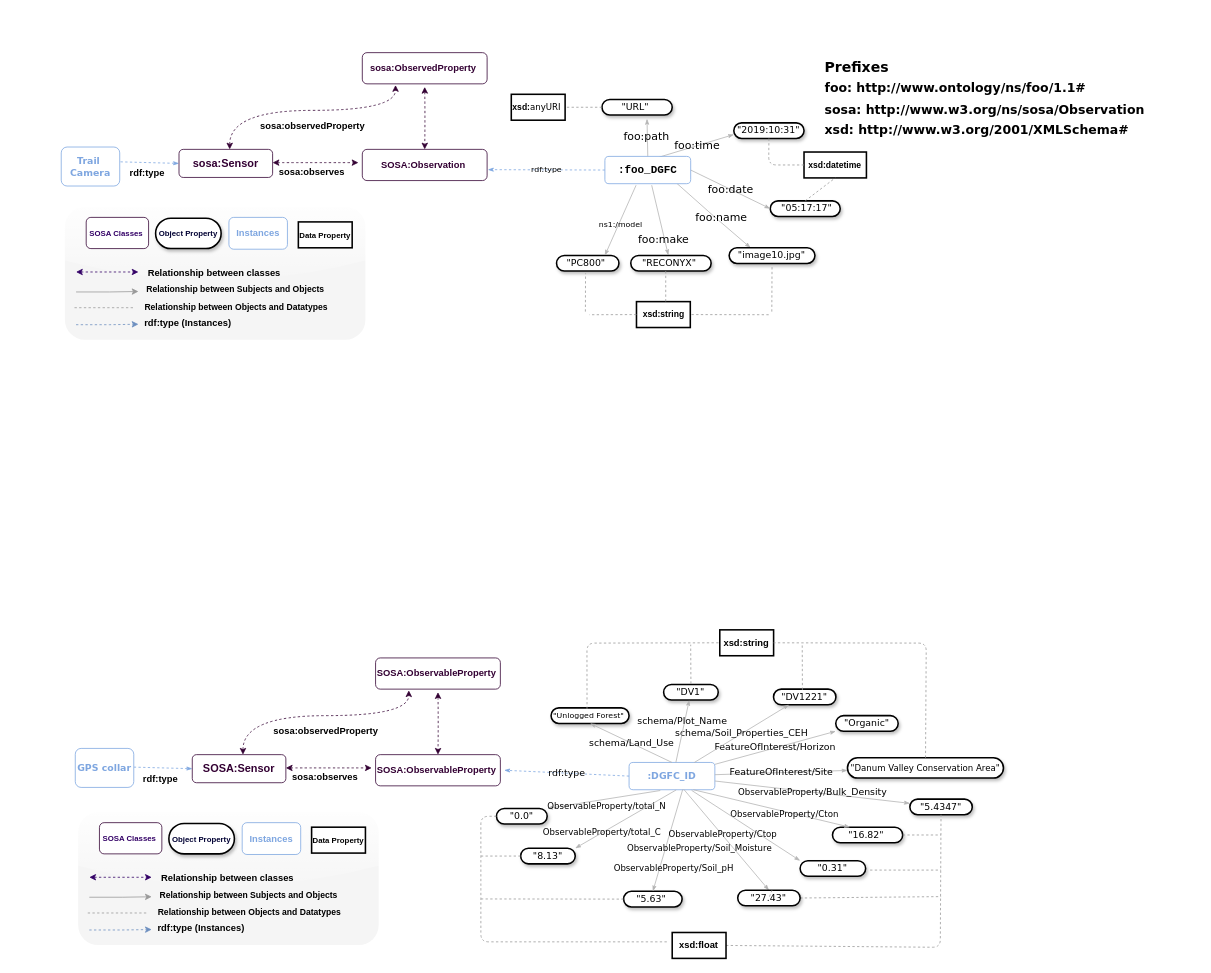
Earlier version of the draw.io diagram image.drawio (Naeima/image). Source tidied: cells renumbered, new cells numbered last; positions are measured from the earlier drawing's top-left corner, leaving out a move shared by most shapes. Both pictures are drawn from the tidied source at 78%, with x=0, y=0 at pixel (61, 52).
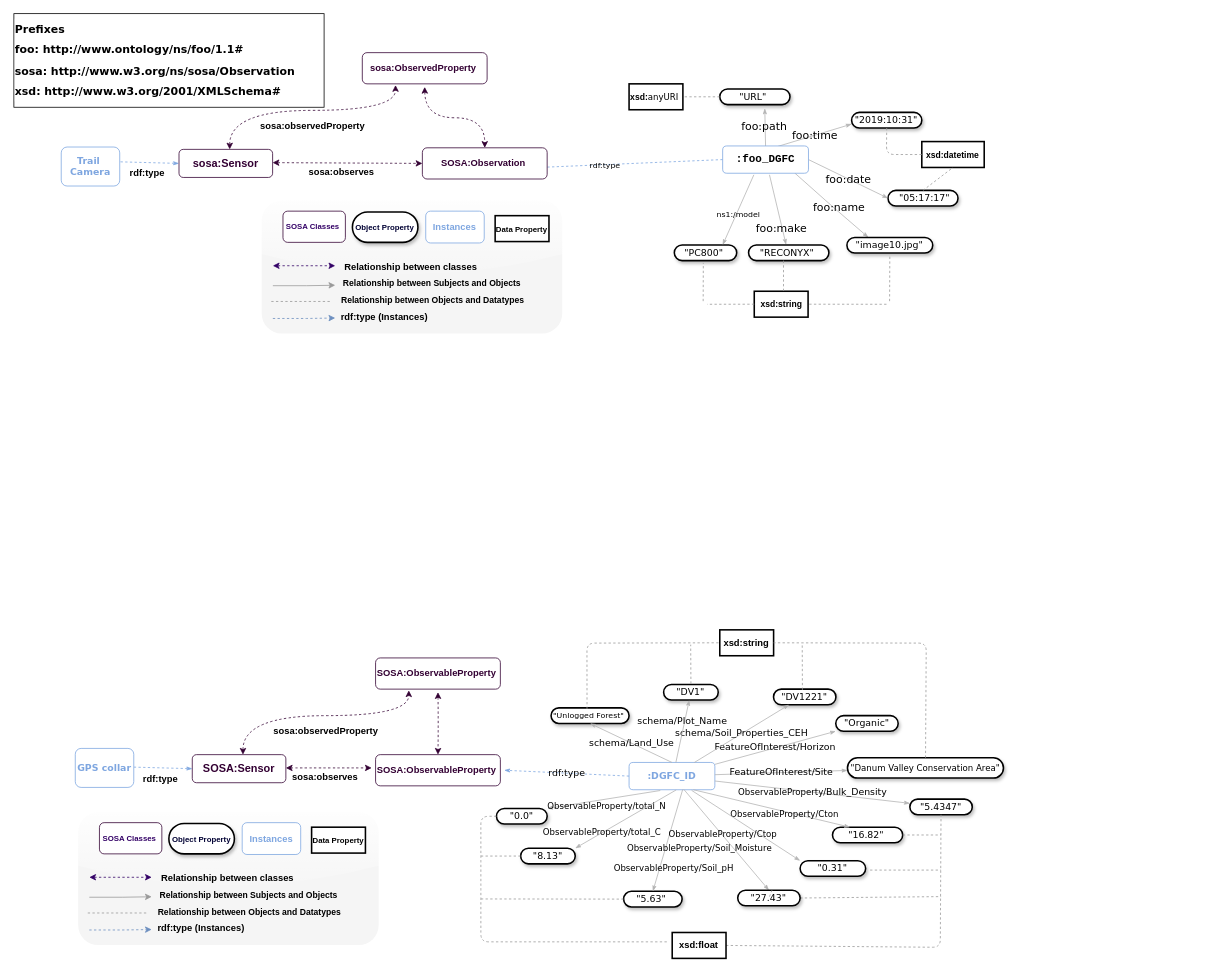
The same diagram, later.

The edit, as a diff of the source:
```diff
@@
-    <mxCell id="2" value="&lt;pre style=&quot;box-sizing: border-box ; overflow: auto ; display: block ; padding: 1px 0px ; margin: 0px ; line-height: inherit ; word-break: break-all ; overflow-wrap: break-word ; background-color: rgb(255 , 255 , 255) ; border: 0px ; border-radius: 0px ; vertical-align: baseline ; font-style: normal ; letter-spacing: normal ; text-align: left ; text-indent: 0px ; text-transform: none ; word-spacing: 0px&quot;&gt;&lt;font style=&quot;font-size: 18px&quot; face=&quot;Verdana&quot;&gt;&lt;b&gt;Prefixes&lt;/b&gt;&lt;/font&gt;&lt;/pre&gt;&lt;pre style=&quot;box-sizing: border-box ; overflow: auto ; display: block ; padding: 1px 0px ; margin: 0px ; line-height: inherit ; word-break: break-all ; overflow-wrap: break-word ; background-color: rgb(255 , 255 , 255) ; border: 0px ; border-radius: 0px ; vertical-align: baseline ; font-style: normal ; letter-spacing: normal ; text-align: left ; text-indent: 0px ; text-transform: none ; word-spacing: 0px&quot;&gt;&lt;font size=&quot;3&quot; face=&quot;Verdana&quot;&gt;&lt;b&gt;foo: http://www.ontology/ns/foo/1.1#&lt;/b&gt;&lt;/font&gt;&lt;/pre&gt;&lt;pre style=&quot;box-sizing: border-box ; overflow: auto ; display: block ; padding: 1px 0px ; margin: 0px ; line-height: inherit ; word-break: break-all ; overflow-wrap: break-word ; background-color: rgb(255 , 255 , 255) ; border: 0px ; border-radius: 0px ; vertical-align: baseline ; font-style: normal ; letter-spacing: normal ; text-align: left ; text-indent: 0px ; text-transform: none ; word-spacing: 0px&quot;&gt;&lt;font face=&quot;Verdana&quot;&gt;&lt;font size=&quot;3&quot;&gt;&lt;b&gt;sosa: http://www.w3.org/ns/sosa/Observation&lt;br&gt;&lt;/b&gt;&lt;/font&gt;&lt;font size=&quot;3&quot;&gt;&lt;b&gt;xsd: http://www.w3.org/2001/XMLSchema#&lt;/b&gt;&lt;/font&gt;&lt;/font&gt;&lt;span style=&quot;font-family: &amp;#34;helvetica&amp;#34; ; font-weight: 400 ; font-size: 18px&quot;&gt;&lt;br&gt;&lt;/span&gt;&lt;/pre&gt;" style="text;whiteSpace=wrap;html=1;fontSize=20;" parent="1" vertex="1">
-      <mxGeometry x="977" width="480" height="119" as="geometry" />
-    </mxCell>
     <mxCell id="3" value="&quot;2019:10:31&quot;" style="whiteSpace=wrap;html=1;rounded=1;shadow=1;comic=0;labelBackgroundColor=none;strokeWidth=2;fontFamily=Verdana;fontSize=12;align=center;arcSize=50;" parent="1" vertex="1">
-      <mxGeometry x="862.3" y="90" width="90" height="20" as="geometry" />
+      <mxGeometry x="1013.3" y="76.6" width="90" height="20" as="geometry" />
     </mxCell>
     <mxCell id="4" value="&amp;nbsp;&quot;05:17:17&quot;" style="whiteSpace=wrap;html=1;rounded=1;shadow=1;comic=0;labelBackgroundColor=none;strokeWidth=2;fontFamily=Verdana;fontSize=12;align=center;arcSize=50;" parent="1" vertex="1">
-      <mxGeometry x="909" y="190" width="89.7" height="20" as="geometry" />
+      <mxGeometry x="1060" y="176.6" width="89.7" height="20" as="geometry" />
     </mxCell>
@@
     <mxCell id="8" value="&quot;URL&quot;&amp;nbsp;" style="whiteSpace=wrap;html=1;rounded=1;shadow=1;comic=0;labelBackgroundColor=none;strokeWidth=2;fontFamily=Verdana;fontSize=12;align=center;arcSize=50;" parent="1" vertex="1">
-      <mxGeometry x="693.3" y="60" width="90" height="20" as="geometry" />
+      <mxGeometry x="844.3" y="46.6" width="90" height="20" as="geometry" />
     </mxCell>
@@
     <mxCell id="10" value="&quot;PC800&quot;&amp;nbsp;" style="whiteSpace=wrap;html=1;rounded=1;shadow=1;comic=0;labelBackgroundColor=none;strokeWidth=2;fontFamily=Verdana;fontSize=12;align=center;arcSize=50;" parent="1" vertex="1">
-      <mxGeometry x="635" y="260" width="80" height="20" as="geometry" />
+      <mxGeometry x="786" y="246.6" width="80" height="20" as="geometry" />
     </mxCell>
     <mxCell id="11" value="&lt;span style=&quot;font-size: 10px&quot;&gt;ns1:/model&lt;/span&gt;" style="edgeStyle=none;rounded=1;html=1;labelBackgroundColor=none;startArrow=none;startFill=0;startSize=5;endArrow=classicThin;endFill=1;endSize=5;jettySize=auto;orthogonalLoop=1;strokeColor=#B3B3B3;strokeWidth=1;fontFamily=Verdana;fontSize=12;" parent="1" edge="1">
       <mxGeometry x="0.09" y="2" relative="1" as="geometry">
-        <mxPoint x="737" y="170" as="sourcePoint" />
-        <mxPoint x="697" y="260" as="targetPoint" />
+        <mxPoint x="888" y="156.6" as="sourcePoint" />
+        <mxPoint x="848" y="246.6" as="targetPoint" />
       </mxGeometry>
     </mxCell>
     <mxCell id="12" value="&lt;font style=&quot;font-size: 14px&quot;&gt;foo:make&lt;/font&gt;" style="edgeStyle=none;rounded=1;html=1;labelBackgroundColor=none;startArrow=none;startFill=0;startSize=5;endArrow=classicThin;endFill=1;endSize=5;jettySize=auto;strokeColor=#B3B3B3;strokeWidth=1;fontFamily=Verdana;fontSize=12;entryX=0.467;entryY=-0.021;entryDx=0;entryDy=0;entryPerimeter=0;" parent="1" edge="1" target="13">
       <mxGeometry x="0.55" y="-1" relative="1" as="geometry">
-        <mxPoint x="757" y="170" as="sourcePoint" />
+        <mxPoint x="908" y="156.6" as="sourcePoint" />
       </mxGeometry>
     </mxCell>
     <mxCell id="13" value="&quot;RECONYX&quot;&amp;nbsp;" style="whiteSpace=wrap;html=1;rounded=1;shadow=1;comic=0;labelBackgroundColor=none;strokeWidth=2;fontFamily=Verdana;fontSize=12;align=center;arcSize=50;" parent="1" vertex="1">
-      <mxGeometry x="730.2" y="260" width="103" height="20" as="geometry" />
+      <mxGeometry x="881.2" y="246.6" width="103" height="20" as="geometry" />
     </mxCell>
     <mxCell id="14" value="&lt;font style=&quot;font-size: 14px&quot;&gt;foo:name&lt;/font&gt;" style="edgeStyle=none;rounded=1;html=1;labelBackgroundColor=none;startArrow=none;startFill=0;startSize=5;endArrow=classicThin;endFill=1;endSize=5;jettySize=auto;strokeColor=#B3B3B3;strokeWidth=1;fontFamily=Verdana;fontSize=12;exitX=1;exitY=1;exitDx=0;exitDy=0;entryX=0.25;entryY=0;entryDx=0;entryDy=0;" parent="1" edge="1" target="15">
       <mxGeometry x="0.13" y="5" relative="1" as="geometry">
-        <mxPoint x="789.4" y="167.7" as="sourcePoint" />
+        <mxPoint x="940.4" y="154.3" as="sourcePoint" />
         <Array as="points">
-          <mxPoint x="837" y="210" />
+          <mxPoint x="988" y="196.6" />
         </Array>
       </mxGeometry>
     </mxCell>
     <mxCell id="15" value="&lt;font style=&quot;font-size: 12px&quot;&gt;&quot;image10.jpg&quot;&lt;/font&gt;" style="whiteSpace=wrap;html=1;rounded=1;shadow=1;comic=0;labelBackgroundColor=none;strokeWidth=2;fontFamily=Verdana;fontSize=12;align=center;arcSize=50;" parent="1" vertex="1">
-      <mxGeometry x="856.3" y="250.2" width="110" height="20" as="geometry" />
+      <mxGeometry x="1007.3" y="236.9" width="110" height="20" as="geometry" />
     </mxCell>
@@
-    <mxCell id="80" value="&lt;b&gt;&lt;font style=&quot;font-size: 12px&quot;&gt;sosa:observes&lt;/font&gt;&lt;/b&gt;" style="endArrow=classic;startArrow=classic;html=1;edgeStyle=orthogonalEdgeStyle;curved=1;strokeWidth=1;dashed=1;fillColor=#dae8fc;strokeColor=#330033;" parent="1" edge="1">
+    <mxCell id="80" value="&lt;b&gt;&lt;font style=&quot;font-size: 12px&quot;&gt;sosa:observes&lt;/font&gt;&lt;/b&gt;" style="endArrow=classic;startArrow=classic;html=1;edgeStyle=orthogonalEdgeStyle;curved=1;strokeWidth=1;dashed=1;fillColor=#dae8fc;strokeColor=#330033;entryX=0;entryY=0.5;entryDx=0;entryDy=0;" parent="1" edge="1" target="83">
       <mxGeometry x="-0.09" y="-12" relative="1" as="geometry">
         <mxPoint x="271" y="141" as="sourcePoint" />
-        <mxPoint x="381" y="141" as="targetPoint" />
       </mxGeometry>
     </mxCell>
@@
     <mxCell id="83" value="&lt;b&gt;&lt;font style=&quot;font-size: 12px&quot; color=&quot;#330033&quot;&gt;SOSA:Observation&amp;nbsp;&lt;/font&gt;&lt;/b&gt;" style="rounded=1;whiteSpace=wrap;html=1;strokeColor=#330033;" parent="1" vertex="1">
-      <mxGeometry x="386" y="124" width="160" height="40" as="geometry" />
+      <mxGeometry x="463" y="122" width="160" height="40" as="geometry" />
     </mxCell>
@@
     <mxCell id="85" style="rounded=1;whiteSpace=wrap;html=1;fillColor=#f5f5f5;strokeColor=none;fontColor=#333333;glass=1;" parent="1" vertex="1">
-      <mxGeometry x="4.7" y="198" width="385.3" height="170" as="geometry" />
+      <mxGeometry x="257" y="190" width="385.3" height="170" as="geometry" />
     </mxCell>
     <mxCell id="86" value="&lt;b&gt;&lt;font style=&quot;font-size: 10px&quot; color=&quot;#330066&quot;&gt;SOSA Classes&amp;nbsp;&lt;/font&gt;&lt;/b&gt;" style="rounded=1;whiteSpace=wrap;html=1;strokeColor=#330033;" parent="1" vertex="1">
-      <mxGeometry x="32" y="211.2" width="80" height="40" as="geometry" />
+      <mxGeometry x="284.3" y="203.2" width="80" height="40" as="geometry" />
     </mxCell>
     <mxCell id="87" style="endArrow=classic;startArrow=classic;html=1;rounded=0;edgeStyle=orthogonalEdgeStyle;dashed=1;strokeColor=#330066;" parent="1" edge="1">
       <mxGeometry relative="1" as="geometry">
-        <mxPoint x="19" y="281.2" as="sourcePoint" />
-        <mxPoint x="99" y="281.2" as="targetPoint" />
+        <mxPoint x="271.3" y="273.2" as="sourcePoint" />
+        <mxPoint x="351.3" y="273.2" as="targetPoint" />
       </mxGeometry>
     </mxCell>
     <mxCell id="88" value="&lt;b&gt;&lt;font color=&quot;#000033&quot; style=&quot;font-size: 10px&quot; face=&quot;Helvetica&quot;&gt;Object Property&lt;/font&gt;&lt;/b&gt;" style="whiteSpace=wrap;html=1;rounded=1;shadow=1;comic=0;labelBackgroundColor=none;strokeWidth=2;fontFamily=Verdana;fontSize=12;align=center;arcSize=50;" parent="1" vertex="1">
-      <mxGeometry x="121" y="212.2" width="84" height="39" as="geometry" />
+      <mxGeometry x="373.3" y="204.2" width="84" height="39" as="geometry" />
     </mxCell>
     <mxCell id="89" style="endArrow=classic;html=1;rounded=0;edgeStyle=orthogonalEdgeStyle;strokeColor=#999999;" parent="1" edge="1">
       <mxGeometry relative="1" as="geometry">
-        <mxPoint x="19" y="306.8" as="sourcePoint" />
-        <mxPoint x="99" y="306.2" as="targetPoint" />
+        <mxPoint x="271.3" y="298.8" as="sourcePoint" />
+        <mxPoint x="351.3" y="298.2" as="targetPoint" />
         <Array as="points">
-          <mxPoint x="62" y="306.8" />
+          <mxPoint x="314.3" y="298.8" />
         </Array>
       </mxGeometry>
     </mxCell>
     <mxCell id="90" value="&lt;b&gt;Relationship between classes&amp;nbsp;&lt;/b&gt;" style="text;html=1;strokeColor=none;fillColor=none;align=center;verticalAlign=middle;whiteSpace=wrap;rounded=0;" parent="1" vertex="1">
-      <mxGeometry x="108" y="267.8" width="180" height="30" as="geometry" />
+      <mxGeometry x="360.3" y="259.8" width="180" height="30" as="geometry" />
     </mxCell>
     <mxCell id="91" value="&lt;b&gt;rdf:type (Instances)&lt;/b&gt;" style="text;html=1;strokeColor=none;fillColor=none;align=center;verticalAlign=middle;whiteSpace=wrap;rounded=0;" parent="1" vertex="1">
-      <mxGeometry x="93" y="331.8" width="138.6" height="30" as="geometry" />
+      <mxGeometry x="345.3" y="323.8" width="138.6" height="30" as="geometry" />
     </mxCell>
     <mxCell id="92" value="&lt;b&gt;&lt;font style=&quot;font-size: 11px&quot;&gt;Relationship between Subjects and Objects&lt;/font&gt;&lt;/b&gt;" style="text;html=1;strokeColor=none;fillColor=none;align=center;verticalAlign=middle;whiteSpace=wrap;rounded=0;" parent="1" vertex="1">
-      <mxGeometry x="105.6" y="289.2" width="235.4" height="30" as="geometry" />
+      <mxGeometry x="357.9" y="281.2" width="235.4" height="30" as="geometry" />
     </mxCell>
     <mxCell id="93" style="endArrow=classic;html=1;rounded=0;dashed=1;edgeStyle=orthogonalEdgeStyle;strokeWidth=1;fillColor=#dae8fc;strokeColor=#6c8ebf;" parent="1" edge="1">
       <mxGeometry relative="1" as="geometry">
-        <mxPoint x="19" y="348.8" as="sourcePoint" />
-        <mxPoint x="99" y="348.2" as="targetPoint" />
+        <mxPoint x="271.3" y="340.8" as="sourcePoint" />
+        <mxPoint x="351.3" y="340.2" as="targetPoint" />
         <Array as="points">
-          <mxPoint x="62" y="348.8" />
+          <mxPoint x="314.3" y="340.8" />
         </Array>
       </mxGeometry>
     </mxCell>
     <mxCell id="94" value="&lt;b&gt;&lt;font color=&quot;#7ea6e0&quot;&gt;&lt;font style=&quot;font-size: 12px&quot;&gt;Instances&lt;/font&gt;&lt;br&gt;&lt;/font&gt;&lt;/b&gt;" style="rounded=1;whiteSpace=wrap;html=1;strokeColor=#7EA6E0;" parent="1" vertex="1">
-      <mxGeometry x="215" y="211.2" width="75" height="40.8" as="geometry" />
+      <mxGeometry x="467.3" y="203.2" width="75" height="40.8" as="geometry" />
     </mxCell>
     <mxCell id="95" value="&lt;b&gt;&lt;font style=&quot;font-size: 10px&quot;&gt;Data Property&lt;/font&gt;&lt;/b&gt;" style="rounded=0;whiteSpace=wrap;html=1;strokeWidth=2;" parent="1" vertex="1">
-      <mxGeometry x="304" y="217" width="69" height="33.2" as="geometry" />
+      <mxGeometry x="556.3" y="209" width="69" height="33.2" as="geometry" />
     </mxCell>
     <mxCell id="96" style="endArrow=none;dashed=1;html=1;strokeColor=#999999;" parent="1" edge="1">
       <mxGeometry relative="1" as="geometry">
-        <mxPoint x="17" y="327" as="sourcePoint" />
-        <mxPoint x="95" y="327" as="targetPoint" />
+        <mxPoint x="269.3" y="319" as="sourcePoint" />
+        <mxPoint x="347.3" y="319" as="targetPoint" />
       </mxGeometry>
     </mxCell>
     <mxCell id="97" value="&lt;b&gt;&lt;font style=&quot;font-size: 11px&quot;&gt;Relationship between Objects and Datatypes&lt;/font&gt;&lt;/b&gt;" style="text;html=1;strokeColor=none;fillColor=none;align=center;verticalAlign=middle;whiteSpace=wrap;rounded=0;" parent="1" vertex="1">
-      <mxGeometry x="99.1" y="311" width="250.9" height="30" as="geometry" />
+      <mxGeometry x="351.4" y="303" width="250.9" height="30" as="geometry" />
     </mxCell>
     <mxCell id="98" value="&lt;pre style=&quot;text-align: left ; box-sizing: border-box ; overflow: auto ; font-size: 14px ; padding: 1px 0px ; margin-top: 0px ; margin-bottom: 0px ; line-height: inherit ; word-break: break-all ; overflow-wrap: break-word ; background-color: rgb(255 , 255 , 255) ; border: 0px ; border-radius: 0px ; vertical-align: baseline&quot;&gt;&lt;b&gt;:foo_DGFC&lt;/b&gt;&lt;/pre&gt;" style="rounded=1;whiteSpace=wrap;html=1;strokeColor=#7EA6E0;" parent="1" vertex="1">
-      <mxGeometry x="697" y="133" width="110" height="35" as="geometry" />
+      <mxGeometry x="848" y="119.6" width="110" height="35" as="geometry" />
     </mxCell>
     <mxCell id="99" value="&lt;b&gt;&lt;font style=&quot;font-size: 11px&quot;&gt;xsd:datetime&lt;/font&gt;&lt;/b&gt;" style="rounded=0;whiteSpace=wrap;html=1;strokeWidth=2;" parent="1" vertex="1">
-      <mxGeometry x="952.3" y="127.4" width="80" height="33.2" as="geometry" />
+      <mxGeometry x="1103.3" y="114" width="80" height="33.2" as="geometry" />
     </mxCell>
     <mxCell id="100" style="endArrow=none;dashed=1;html=1;strokeColor=#999999;entryX=0;entryY=0.5;entryDx=0;entryDy=0;exitX=0.5;exitY=1;exitDx=0;exitDy=0;" parent="1" edge="1" source="3" target="99">
       <mxGeometry relative="1" as="geometry">
         <Array as="points">
-          <mxPoint x="907" y="144" />
+          <mxPoint x="1058" y="130.6" />
         </Array>
       </mxGeometry>
     </mxCell>
@@
     <mxCell id="102" value="&lt;b&gt;&lt;font style=&quot;font-size: 11px&quot;&gt;xsd:string&lt;/font&gt;&lt;/b&gt;" style="rounded=0;whiteSpace=wrap;html=1;strokeWidth=2;" parent="1" vertex="1">
-      <mxGeometry x="737.5" y="319.2" width="69" height="33.2" as="geometry" />
+      <mxGeometry x="888.5" y="305.9" width="69" height="33.2" as="geometry" />
     </mxCell>
     <mxCell id="103" value="&lt;font style=&quot;font-size: 11px&quot;&gt;&lt;b&gt;xsd:&lt;/b&gt;&lt;span style=&quot;font-family: &amp;#34;verdana&amp;#34;&quot;&gt;anyURI&amp;nbsp;&lt;/span&gt;&lt;/font&gt;" style="rounded=0;whiteSpace=wrap;html=1;strokeWidth=2;" parent="1" vertex="1">
-      <mxGeometry x="577" y="53.4" width="69" height="33.2" as="geometry" />
+      <mxGeometry x="728" y="40" width="69" height="33.2" as="geometry" />
     </mxCell>
     <mxCell id="104" style="endArrow=none;dashed=1;html=1;strokeColor=#999999;entryX=0.5;entryY=1;entryDx=0;entryDy=0;" parent="1" edge="1">
       <mxGeometry relative="1" as="geometry">
-        <mxPoint x="911" y="332" as="sourcePoint" />
-        <mxPoint x="911.3" y="272.2" as="targetPoint" />
+        <mxPoint x="1062" y="318.6" as="sourcePoint" />
+        <mxPoint x="1062.3" y="258.9" as="targetPoint" />
       </mxGeometry>
     </mxCell>
     <mxCell id="105" style="endArrow=none;dashed=1;html=1;strokeColor=#999999;entryX=1;entryY=0.5;entryDx=0;entryDy=0;" parent="1" edge="1" target="102">
       <mxGeometry relative="1" as="geometry">
-        <mxPoint x="907" y="336" as="sourcePoint" />
+        <mxPoint x="1058" y="322.6" as="sourcePoint" />
       </mxGeometry>
     </mxCell>
     <mxCell id="106" style="endArrow=none;dashed=1;html=1;strokeColor=#999999;entryX=0.65;entryY=0.992;entryDx=0;entryDy=0;entryPerimeter=0;" parent="1" edge="1">
       <mxGeometry relative="1" as="geometry">
-        <mxPoint x="672" y="332" as="sourcePoint" />
-        <mxPoint x="672.2" y="283" as="targetPoint" />
+        <mxPoint x="823" y="318.6" as="sourcePoint" />
+        <mxPoint x="823.2" y="269.6" as="targetPoint" />
       </mxGeometry>
     </mxCell>
     <mxCell id="107" style="endArrow=none;dashed=1;html=1;strokeColor=#999999;exitX=0;exitY=0.5;exitDx=0;exitDy=0;" parent="1" edge="1" source="102">
       <mxGeometry relative="1" as="geometry">
-        <mxPoint x="677" y="336" as="targetPoint" />
+        <mxPoint x="828" y="322.6" as="targetPoint" />
       </mxGeometry>
     </mxCell>
     <mxCell id="108" style="endArrow=none;dashed=1;html=1;strokeColor=#999999;entryX=0.357;entryY=1;entryDx=0;entryDy=0;entryPerimeter=0;" parent="1" edge="1">
       <mxGeometry relative="1" as="geometry">
-        <mxPoint x="775" y="319" as="sourcePoint" />
-        <mxPoint x="775" y="280" as="targetPoint" />
+        <mxPoint x="926" y="305.6" as="sourcePoint" />
+        <mxPoint x="926" y="266.6" as="targetPoint" />
       </mxGeometry>
     </mxCell>
@@
+    <mxCell id="2" value="&lt;pre style=&quot;box-sizing: border-box ; overflow: auto ; display: block ; padding: 1px 0px ; margin: 0px ; line-height: inherit ; word-break: break-all ; overflow-wrap: break-word ; background-color: rgb(255 , 255 , 255) ; border: 0px ; border-radius: 0px ; vertical-align: baseline ; font-style: normal ; letter-spacing: normal ; text-align: left ; text-indent: 0px ; text-transform: none ; word-spacing: 0px&quot;&gt;&lt;font style=&quot;font-size: 14px&quot; face=&quot;Verdana&quot;&gt;&lt;b&gt;Prefixes&lt;/b&gt;&lt;/font&gt;&lt;/pre&gt;&lt;pre style=&quot;box-sizing: border-box ; overflow: auto ; display: block ; padding: 1px 0px ; margin: 0px ; line-height: inherit ; word-break: break-all ; overflow-wrap: break-word ; background-color: rgb(255 , 255 , 255) ; border: 0px ; border-radius: 0px ; vertical-align: baseline ; font-style: normal ; letter-spacing: normal ; text-align: left ; text-indent: 0px ; text-transform: none ; word-spacing: 0px&quot;&gt;&lt;font face=&quot;Verdana&quot; style=&quot;font-size: 14px&quot;&gt;&lt;b&gt;foo: http://www.ontology/ns/foo/1.1#&lt;/b&gt;&lt;/font&gt;&lt;/pre&gt;&lt;pre style=&quot;box-sizing: border-box ; overflow: auto ; display: block ; padding: 1px 0px ; margin: 0px ; line-height: inherit ; word-break: break-all ; overflow-wrap: break-word ; background-color: rgb(255 , 255 , 255) ; border: 0px ; border-radius: 0px ; vertical-align: baseline ; font-style: normal ; letter-spacing: normal ; text-align: left ; text-indent: 0px ; text-transform: none ; word-spacing: 0px&quot;&gt;&lt;font face=&quot;Verdana&quot;&gt;&lt;font style=&quot;font-size: 14px&quot;&gt;&lt;b&gt;sosa: http://www.w3.org/ns/sosa/Observation&lt;br&gt;&lt;/b&gt;&lt;/font&gt;&lt;font style=&quot;font-size: 14px&quot;&gt;&lt;b&gt;xsd: http://www.w3.org/2001/XMLSchema#&lt;/b&gt;&lt;/font&gt;&lt;/font&gt;&lt;span style=&quot;font-family: &amp;#34;helvetica&amp;#34; ; font-weight: 400 ; font-size: 18px&quot;&gt;&lt;br&gt;&lt;/span&gt;&lt;/pre&gt;" style="text;whiteSpace=wrap;html=1;fontSize=20;strokeColor=#000000;" parent="1" vertex="1">
+      <mxGeometry x="-60.7" y="-50" width="397.7" height="120" as="geometry" />
+    </mxCell>
```
